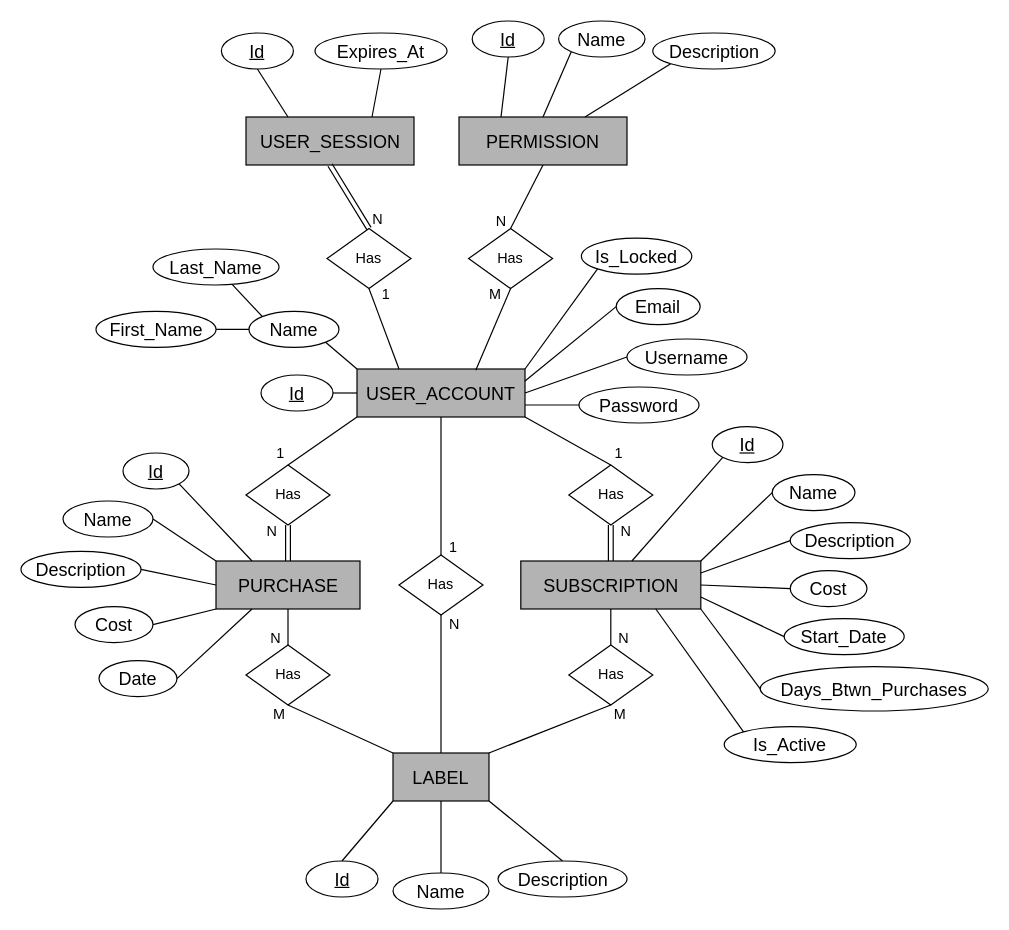
The draw.io diagram diagrams/SpendthriftErDiagram1.0.drawio in honey-ham/spendthrift-db, before the edit. Source tidied: cells renumbered, new cells numbered last; positions are measured from the earlier drawing's top-left corner, leaving out a move shared by most shapes. Both pictures are drawn from the tidied source at 120%, with x=0, y=0 at pixel (20, 20).
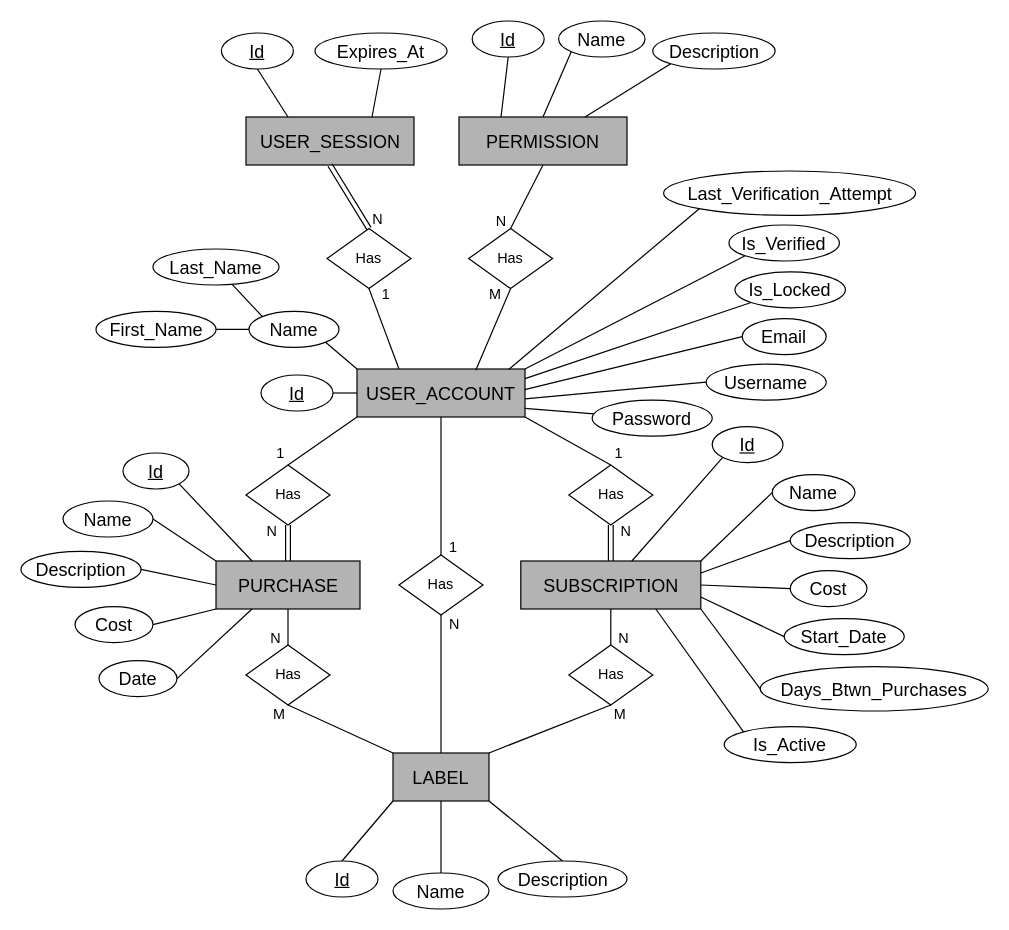
The same page after the edit.

Commit message (it also covers changes not shown here):
last_verification_attempt added as a field. Stored as UNIX timestamp

Unchanged cells that the change refers to:
```xml
<mxCell id="3" value="&lt;span style=&quot;font-size: 15px;&quot;&gt;USER_ACCOUNT&lt;/span&gt;" style="rounded=0;whiteSpace=wrap;html=1;fillColor=#B3B3B3;strokeColor=#000000;" parent="1" vertex="1">
  <mxGeometry x="280" y="290" width="140" height="40" as="geometry" />
</mxCell>
```

Diff of the diagram source:
```diff
@@
-    <mxCell id="10" style="rounded=0;jettySize=auto;html=1;entryX=1;entryY=0.5;entryDx=0;entryDy=0;endArrow=none;endFill=0;exitX=0;exitY=0.5;exitDx=0;exitDy=0;" parent="1" edge="1" source="11" target="3">
+    <mxCell id="10" style="rounded=0;jettySize=auto;html=1;endArrow=none;endFill=0;exitX=0;exitY=0.5;exitDx=0;exitDy=0;entryX=1;entryY=0.624;entryDx=0;entryDy=0;entryPerimeter=0;" parent="1" edge="1" source="11" target="3">
       <mxGeometry relative="1" as="geometry" />
     </mxCell>
     <mxCell id="11" value="&lt;font style=&quot;font-size: 15px;&quot;&gt;Username&lt;/font&gt;" style="ellipse;whiteSpace=wrap;html=1;" parent="1" vertex="1">
-      <mxGeometry x="505" y="265" width="100" height="30" as="geometry" />
+      <mxGeometry x="571" y="286" width="100" height="30" as="geometry" />
     </mxCell>
-    <mxCell id="12" style="rounded=0;jettySize=auto;html=1;entryX=1;entryY=0.75;entryDx=0;entryDy=0;endArrow=none;endFill=0;" parent="1" edge="1" source="13" target="3">
+    <mxCell id="12" style="rounded=0;jettySize=auto;html=1;endArrow=none;endFill=0;entryX=0.998;entryY=0.82;entryDx=0;entryDy=0;entryPerimeter=0;" parent="1" edge="1" source="13" target="3">
       <mxGeometry relative="1" as="geometry" />
     </mxCell>
     <mxCell id="13" value="&lt;font style=&quot;font-size: 15px;&quot;&gt;Password&lt;/font&gt;" style="ellipse;whiteSpace=wrap;html=1;" parent="1" vertex="1">
-      <mxGeometry x="465" y="305" width="100" height="30" as="geometry" />
+      <mxGeometry x="476" y="316" width="100" height="30" as="geometry" />
     </mxCell>
@@
     <mxCell id="73" value="&lt;font style=&quot;font-size: 15px;&quot;&gt;Email&lt;/font&gt;" style="ellipse;whiteSpace=wrap;html=1;" parent="1" vertex="1">
-      <mxGeometry x="496" y="223" width="70" height="30" as="geometry" />
+      <mxGeometry x="601" y="248" width="70" height="30" as="geometry" />
     </mxCell>
-    <mxCell id="74" style="rounded=0;jettySize=auto;html=1;entryX=1;entryY=0.25;entryDx=0;entryDy=0;endArrow=none;endFill=0;exitX=0;exitY=0.5;exitDx=0;exitDy=0;" parent="1" edge="1" source="73" target="3">
+    <mxCell id="74" style="rounded=0;jettySize=auto;html=1;entryX=0.998;entryY=0.43;entryDx=0;entryDy=0;endArrow=none;endFill=0;exitX=0;exitY=0.5;exitDx=0;exitDy=0;entryPerimeter=0;" parent="1" edge="1" source="73" target="3">
       <mxGeometry relative="1" as="geometry" />
     </mxCell>
@@
-    <mxCell id="78" style="rounded=0;jettySize=auto;html=1;entryX=1;entryY=0;entryDx=0;entryDy=0;endArrow=none;endFill=0;exitX=0;exitY=1;exitDx=0;exitDy=0;" parent="1" edge="1" source="79" target="3">
+    <mxCell id="78" style="rounded=0;jettySize=auto;html=1;endArrow=none;endFill=0;exitX=0;exitY=1;exitDx=0;exitDy=0;entryX=1;entryY=0.201;entryDx=0;entryDy=0;entryPerimeter=0;" parent="1" edge="1" source="79" target="3">
       <mxGeometry relative="1" as="geometry" />
     </mxCell>
     <mxCell id="79" value="&lt;font style=&quot;font-size: 15px;&quot;&gt;Is_Locked&lt;/font&gt;" style="ellipse;whiteSpace=wrap;html=1;" parent="1" vertex="1">
-      <mxGeometry x="467" y="181" width="92" height="30" as="geometry" />
+      <mxGeometry x="595" y="209" width="92" height="30" as="geometry" />
     </mxCell>
@@
+    <mxCell id="99" value="&lt;font style=&quot;font-size: 15px;&quot;&gt;Is_Verified&lt;/font&gt;" style="ellipse;whiteSpace=wrap;html=1;" parent="1" vertex="1">
+      <mxGeometry x="590" y="170" width="92" height="30" as="geometry" />
+    </mxCell>
+    <mxCell id="100" style="rounded=0;jettySize=auto;html=1;endArrow=none;endFill=0;exitX=0;exitY=1;exitDx=0;exitDy=0;entryX=1;entryY=0;entryDx=0;entryDy=0;" parent="1" edge="1" source="99" target="3">
+      <mxGeometry relative="1" as="geometry" />
+    </mxCell>
+    <mxCell id="101" value="&lt;font style=&quot;font-size: 15px;&quot;&gt;Last_Verification_Attempt&lt;/font&gt;" style="ellipse;whiteSpace=wrap;html=1;" parent="1" vertex="1">
+      <mxGeometry x="535.5" y="125" width="210" height="37" as="geometry" />
+    </mxCell>
+    <mxCell id="102" style="rounded=0;jettySize=auto;html=1;endArrow=none;endFill=0;exitX=0;exitY=1;exitDx=0;exitDy=0;entryX=0.903;entryY=0.009;entryDx=0;entryDy=0;entryPerimeter=0;" parent="1" edge="1" source="101" target="3">
+      <mxGeometry relative="1" as="geometry" />
+    </mxCell>
```
